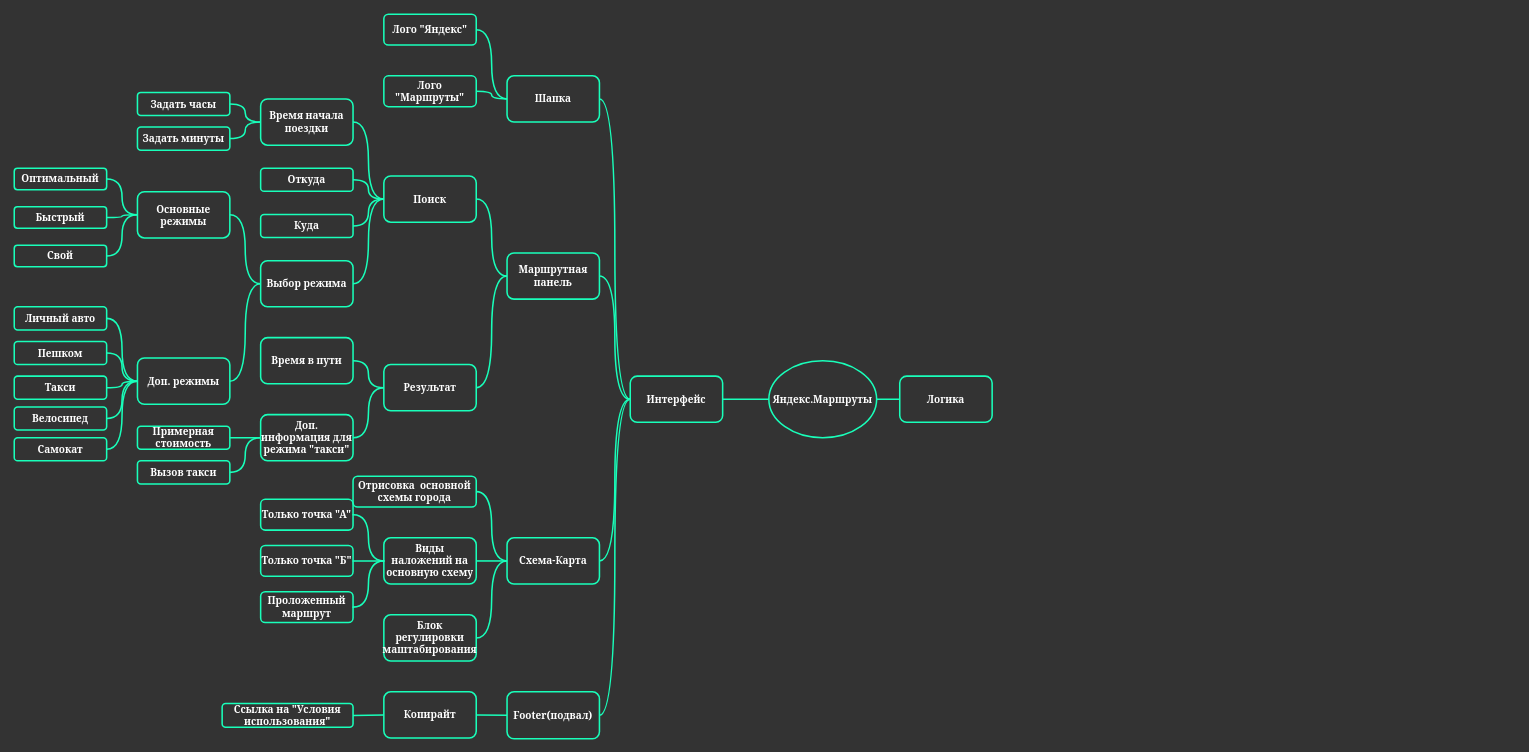
Before: Проект1.drawio in 70ru/test_first, a draw.io diagram. Source tidied: cells renumbered, new cells numbered last; positions are measured from the earlier drawing's top-left corner, leaving out a move shared by most shapes. Both pictures are drawn from the tidied source at 77%, with x=0, y=0 at pixel (14, 14).
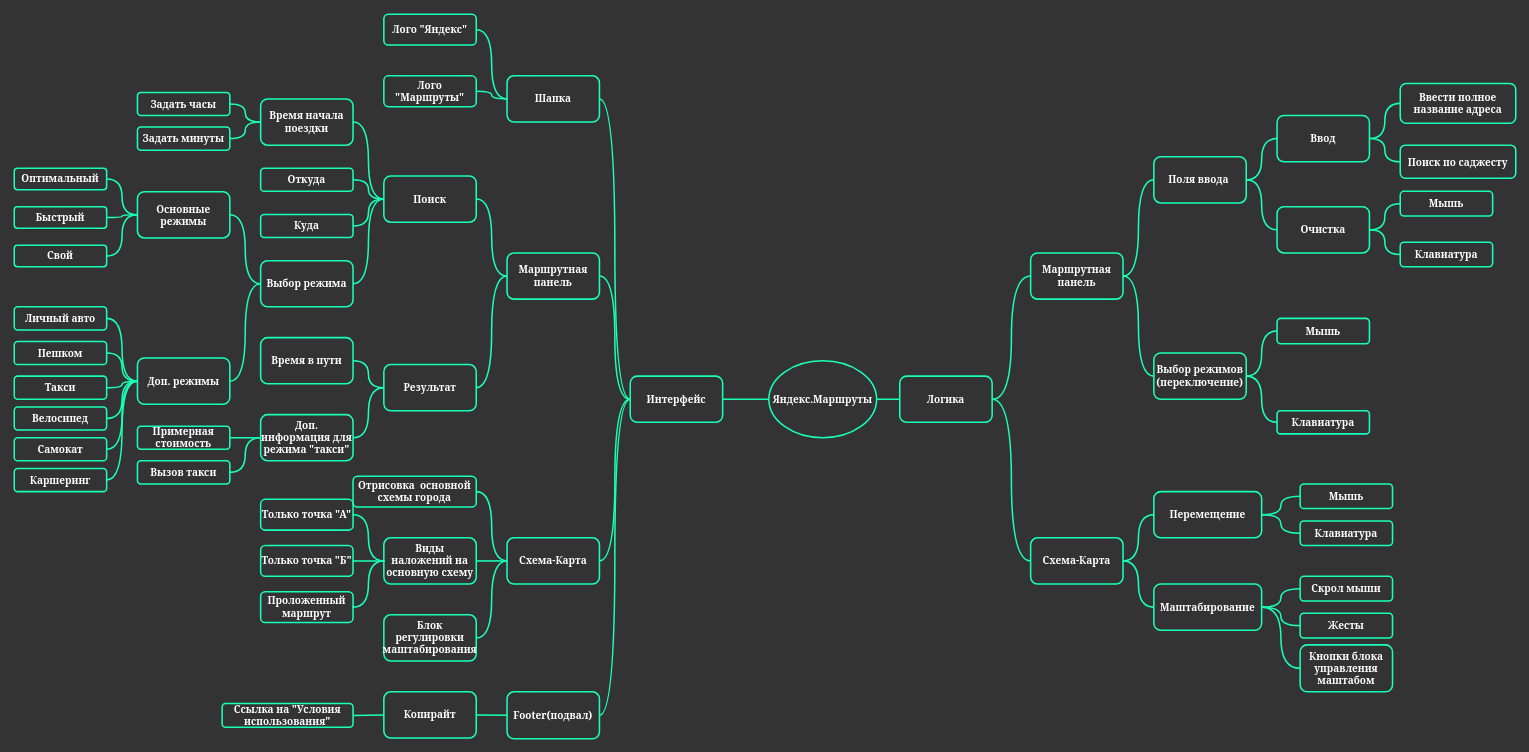
The same diagram, later.

The change refers to these unchanged cells:
```xml
<mxCell id="5" value="Логика" style="rounded=1;whiteSpace=wrap;html=1;strokeWidth=2;labelBackgroundColor=none;strokeColor=#19FFBA;fontColor=#FFFFFF;fillColor=none;fontStyle=1;fontFamily=Georgia;fontSize=13;" parent="1" vertex="1">
  <mxGeometry x="1150" y="470" width="120" height="60" as="geometry" />
</mxCell>
<mxCell id="49" value="Доп. режимы" style="rounded=1;whiteSpace=wrap;html=1;strokeWidth=2;labelBackgroundColor=none;strokeColor=#19FFBA;fontColor=#FFFFFF;fillColor=none;fontStyle=1;fontFamily=Georgia;fontSize=13;" parent="1" vertex="1">
  <mxGeometry x="160" y="446.5" width="120" height="60" as="geometry" />
</mxCell>
```

Diff of the diagram source:
```diff
@@
+    <mxCell id="79" style="edgeStyle=orthogonalEdgeStyle;curved=1;rounded=0;jettySize=auto;html=1;labelBackgroundColor=none;endArrow=none;endFill=0;strokeColor=#19FFBA;strokeWidth=2;fontFamily=Georgia;fontSize=13;fontColor=#FFFFFF;entryX=0;entryY=0.5;entryDx=0;entryDy=0;" parent="1" edge="1" source="5" target="82">
+      <mxGeometry relative="1" as="geometry" />
+    </mxCell>
+    <mxCell id="80" style="edgeStyle=orthogonalEdgeStyle;curved=1;rounded=0;jettySize=auto;html=1;labelBackgroundColor=none;endArrow=none;endFill=0;strokeColor=#19FFBA;strokeWidth=2;fontFamily=Georgia;fontSize=13;fontColor=#FFFFFF;entryX=0;entryY=0.5;entryDx=0;entryDy=0;" parent="1" edge="1" source="5" target="90">
+      <mxGeometry relative="1" as="geometry" />
+    </mxCell>
@@
+    <mxCell id="81" style="edgeStyle=orthogonalEdgeStyle;curved=1;rounded=0;jettySize=auto;html=1;labelBackgroundColor=none;endArrow=none;endFill=0;strokeColor=#19FFBA;strokeWidth=2;fontFamily=Georgia;fontSize=13;fontColor=#FFFFFF;entryX=0;entryY=0.5;entryDx=0;entryDy=0;" parent="1" edge="1" source="82" target="84">
+      <mxGeometry relative="1" as="geometry" />
+    </mxCell>
+    <mxCell id="82" value="Маршрутная панель" style="rounded=1;whiteSpace=wrap;html=1;strokeWidth=2;labelBackgroundColor=none;strokeColor=#19FFBA;fontColor=#FFFFFF;fillColor=none;fontStyle=1;fontFamily=Georgia;fontSize=13;" parent="1" vertex="1">
+      <mxGeometry x="1320" y="310" width="120" height="60" as="geometry" />
+    </mxCell>
+    <mxCell id="83" style="edgeStyle=orthogonalEdgeStyle;curved=1;rounded=0;jettySize=auto;html=1;labelBackgroundColor=none;endArrow=none;endFill=0;strokeColor=#19FFBA;strokeWidth=2;fontFamily=Georgia;fontSize=13;fontColor=#FFFFFF;entryX=0;entryY=0.5;entryDx=0;entryDy=0;" parent="1" edge="1" source="84" target="85">
+      <mxGeometry relative="1" as="geometry" />
+    </mxCell>
+    <mxCell id="84" value="Выбор режимов (переключение)" style="rounded=1;whiteSpace=wrap;html=1;strokeWidth=2;labelBackgroundColor=none;strokeColor=#19FFBA;fontColor=#FFFFFF;fillColor=none;fontStyle=1;fontFamily=Georgia;fontSize=13;" parent="1" vertex="1">
+      <mxGeometry x="1480" y="440" width="120" height="60" as="geometry" />
+    </mxCell>
+    <mxCell id="85" value="Мышь" style="rounded=1;whiteSpace=wrap;html=1;strokeWidth=2;labelBackgroundColor=none;strokeColor=#19FFBA;fontColor=#FFFFFF;fillColor=none;fontStyle=1;fontFamily=Georgia;fontSize=13;" parent="1" vertex="1">
+      <mxGeometry x="1640" y="395" width="120" height="33" as="geometry" />
+    </mxCell>
@@
+    <mxCell id="86" style="edgeStyle=orthogonalEdgeStyle;curved=1;rounded=0;jettySize=auto;html=1;labelBackgroundColor=none;endArrow=none;endFill=0;strokeColor=#19FFBA;strokeWidth=2;fontFamily=Georgia;fontSize=13;fontColor=#FFFFFF;entryX=0;entryY=0.5;entryDx=0;entryDy=0;" parent="1" edge="1" source="87" target="49">
+      <mxGeometry relative="1" as="geometry" />
+    </mxCell>
+    <mxCell id="87" value="Каршеринг" style="rounded=1;whiteSpace=wrap;html=1;strokeWidth=2;labelBackgroundColor=none;strokeColor=#19FFBA;fontColor=#FFFFFF;fillColor=none;fontStyle=1;fontFamily=Georgia;fontSize=13;" parent="1" vertex="1">
+      <mxGeometry y="590" width="120" height="30" as="geometry" />
+    </mxCell>
+    <mxCell id="88" style="edgeStyle=orthogonalEdgeStyle;curved=1;rounded=0;jettySize=auto;html=1;labelBackgroundColor=none;endArrow=none;endFill=0;strokeColor=#19FFBA;strokeWidth=2;fontFamily=Georgia;fontSize=13;fontColor=#FFFFFF;" parent="1" edge="1" source="90" target="92">
+      <mxGeometry relative="1" as="geometry" />
+    </mxCell>
+    <mxCell id="89" style="edgeStyle=orthogonalEdgeStyle;curved=1;rounded=0;jettySize=auto;html=1;labelBackgroundColor=none;endArrow=none;endFill=0;strokeColor=#19FFBA;strokeWidth=2;fontFamily=Georgia;fontSize=13;fontColor=#FFFFFF;" parent="1" edge="1" source="90" target="91">
+      <mxGeometry relative="1" as="geometry" />
+    </mxCell>
+    <mxCell id="90" value="Схема-Карта" style="rounded=1;whiteSpace=wrap;html=1;strokeWidth=2;labelBackgroundColor=none;strokeColor=#19FFBA;fontColor=#FFFFFF;fillColor=none;fontStyle=1;fontFamily=Georgia;fontSize=13;" parent="1" vertex="1">
+      <mxGeometry x="1320" y="680" width="120" height="60" as="geometry" />
+    </mxCell>
+    <mxCell id="91" value="Маштабирование" style="rounded=1;whiteSpace=wrap;html=1;strokeWidth=2;labelBackgroundColor=none;strokeColor=#19FFBA;fontColor=#FFFFFF;fillColor=none;fontStyle=1;fontFamily=Georgia;fontSize=13;" parent="1" vertex="1">
+      <mxGeometry x="1480" y="740" width="140" height="60" as="geometry" />
+    </mxCell>
+    <mxCell id="92" value="Перемещение" style="rounded=1;whiteSpace=wrap;html=1;strokeWidth=2;labelBackgroundColor=none;strokeColor=#19FFBA;fontColor=#FFFFFF;fillColor=none;fontStyle=1;fontFamily=Georgia;fontSize=13;" parent="1" vertex="1">
+      <mxGeometry x="1480" y="620" width="140" height="60" as="geometry" />
+    </mxCell>
+    <mxCell id="93" style="edgeStyle=orthogonalEdgeStyle;curved=1;rounded=0;jettySize=auto;html=1;labelBackgroundColor=none;endArrow=none;endFill=0;strokeColor=#19FFBA;strokeWidth=2;fontFamily=Georgia;fontSize=13;fontColor=#FFFFFF;entryX=1;entryY=0.5;entryDx=0;entryDy=0;" parent="1" edge="1" source="95" target="82">
+      <mxGeometry relative="1" as="geometry" />
+    </mxCell>
+    <mxCell id="94" style="edgeStyle=orthogonalEdgeStyle;curved=1;rounded=0;jettySize=auto;html=1;labelBackgroundColor=none;endArrow=none;endFill=0;strokeColor=#19FFBA;strokeWidth=2;fontFamily=Georgia;fontSize=13;fontColor=#FFFFFF;" parent="1" edge="1" source="95" target="97">
+      <mxGeometry relative="1" as="geometry" />
+    </mxCell>
+    <mxCell id="95" value="Поля ввода&amp;nbsp;" style="rounded=1;whiteSpace=wrap;html=1;strokeWidth=2;labelBackgroundColor=none;strokeColor=#19FFBA;fontColor=#FFFFFF;fillColor=none;fontStyle=1;fontFamily=Georgia;fontSize=13;" parent="1" vertex="1">
+      <mxGeometry x="1480" y="185" width="120" height="60" as="geometry" />
+    </mxCell>
+    <mxCell id="96" style="edgeStyle=orthogonalEdgeStyle;curved=1;rounded=0;jettySize=auto;html=1;labelBackgroundColor=none;endArrow=none;endFill=0;strokeColor=#19FFBA;strokeWidth=2;fontFamily=Georgia;fontSize=13;fontColor=#FFFFFF;entryX=0;entryY=0.5;entryDx=0;entryDy=0;" parent="1" edge="1" source="97" target="98">
+      <mxGeometry relative="1" as="geometry" />
+    </mxCell>
+    <mxCell id="97" value="Ввод" style="rounded=1;whiteSpace=wrap;html=1;strokeWidth=2;labelBackgroundColor=none;strokeColor=#19FFBA;fontColor=#FFFFFF;fillColor=none;fontStyle=1;fontFamily=Georgia;fontSize=13;" parent="1" vertex="1">
+      <mxGeometry x="1640" y="131.5" width="120" height="60" as="geometry" />
+    </mxCell>
+    <mxCell id="98" value="Ввести полное название адреса" style="rounded=1;whiteSpace=wrap;html=1;strokeWidth=2;labelBackgroundColor=none;strokeColor=#19FFBA;fontColor=#FFFFFF;fillColor=none;fontStyle=1;fontFamily=Georgia;fontSize=13;" parent="1" vertex="1">
+      <mxGeometry x="1800" y="90" width="150" height="51.5" as="geometry" />
+    </mxCell>
+    <mxCell id="99" style="edgeStyle=orthogonalEdgeStyle;curved=1;rounded=0;jettySize=auto;html=1;labelBackgroundColor=none;endArrow=none;endFill=0;strokeColor=#19FFBA;strokeWidth=2;fontFamily=Georgia;fontSize=13;fontColor=#FFFFFF;entryX=1;entryY=0.5;entryDx=0;entryDy=0;" parent="1" edge="1" source="100" target="84">
+      <mxGeometry relative="1" as="geometry" />
+    </mxCell>
+    <mxCell id="100" value="Клавиатура" style="rounded=1;whiteSpace=wrap;html=1;strokeWidth=2;labelBackgroundColor=none;strokeColor=#19FFBA;fontColor=#FFFFFF;fillColor=none;fontStyle=1;fontFamily=Georgia;fontSize=13;" parent="1" vertex="1">
+      <mxGeometry x="1640" y="515" width="120" height="30" as="geometry" />
+    </mxCell>
+    <mxCell id="101" style="edgeStyle=orthogonalEdgeStyle;curved=1;rounded=0;jettySize=auto;html=1;labelBackgroundColor=none;endArrow=none;endFill=0;strokeColor=#19FFBA;strokeWidth=2;fontFamily=Georgia;fontSize=13;fontColor=#FFFFFF;entryX=1;entryY=0.5;entryDx=0;entryDy=0;" parent="1" edge="1" source="103" target="95">
+      <mxGeometry relative="1" as="geometry" />
+    </mxCell>
+    <mxCell id="102" style="edgeStyle=orthogonalEdgeStyle;curved=1;rounded=0;jettySize=auto;html=1;labelBackgroundColor=none;endArrow=none;endFill=0;strokeColor=#19FFBA;strokeWidth=2;fontFamily=Georgia;fontSize=13;fontColor=#FFFFFF;" parent="1" edge="1" source="103" target="104">
+      <mxGeometry relative="1" as="geometry" />
+    </mxCell>
+    <mxCell id="103" value="Очистка" style="rounded=1;whiteSpace=wrap;html=1;strokeWidth=2;labelBackgroundColor=none;strokeColor=#19FFBA;fontColor=#FFFFFF;fillColor=none;fontStyle=1;fontFamily=Georgia;fontSize=13;" parent="1" vertex="1">
+      <mxGeometry x="1640" y="250" width="120" height="60" as="geometry" />
+    </mxCell>
+    <mxCell id="104" value="Мышь" style="rounded=1;whiteSpace=wrap;html=1;strokeWidth=2;labelBackgroundColor=none;strokeColor=#19FFBA;fontColor=#FFFFFF;fillColor=none;fontStyle=1;fontFamily=Georgia;fontSize=13;" parent="1" vertex="1">
+      <mxGeometry x="1800" y="230" width="120" height="32" as="geometry" />
+    </mxCell>
+    <mxCell id="105" style="edgeStyle=orthogonalEdgeStyle;curved=1;rounded=0;jettySize=auto;html=1;labelBackgroundColor=none;endArrow=none;endFill=0;strokeColor=#19FFBA;strokeWidth=2;fontFamily=Georgia;fontSize=13;fontColor=#FFFFFF;entryX=1;entryY=0.5;entryDx=0;entryDy=0;" parent="1" edge="1" source="106" target="97">
+      <mxGeometry relative="1" as="geometry" />
+    </mxCell>
+    <mxCell id="106" value="Поиск по саджесту" style="rounded=1;whiteSpace=wrap;html=1;strokeWidth=2;labelBackgroundColor=none;strokeColor=#19FFBA;fontColor=#FFFFFF;fillColor=none;fontStyle=1;fontFamily=Georgia;fontSize=13;" parent="1" vertex="1">
+      <mxGeometry x="1800" y="170" width="150" height="43" as="geometry" />
+    </mxCell>
+    <mxCell id="107" style="edgeStyle=orthogonalEdgeStyle;curved=1;rounded=0;jettySize=auto;html=1;labelBackgroundColor=none;endArrow=none;endFill=0;strokeColor=#19FFBA;strokeWidth=2;fontFamily=Georgia;fontSize=13;fontColor=#FFFFFF;entryX=1;entryY=0.5;entryDx=0;entryDy=0;" parent="1" edge="1" source="108" target="103">
+      <mxGeometry relative="1" as="geometry" />
+    </mxCell>
+    <mxCell id="108" value="Клавиатура" style="rounded=1;whiteSpace=wrap;html=1;strokeWidth=2;labelBackgroundColor=none;strokeColor=#19FFBA;fontColor=#FFFFFF;fillColor=none;fontStyle=1;fontFamily=Georgia;fontSize=13;" parent="1" vertex="1">
+      <mxGeometry x="1800" y="296" width="120" height="32" as="geometry" />
+    </mxCell>
+    <mxCell id="109" style="edgeStyle=orthogonalEdgeStyle;curved=1;rounded=0;jettySize=auto;html=1;labelBackgroundColor=none;endArrow=none;endFill=0;strokeColor=#19FFBA;strokeWidth=2;fontFamily=Georgia;fontSize=13;fontColor=#FFFFFF;" parent="1" edge="1" source="110" target="92">
+      <mxGeometry relative="1" as="geometry" />
+    </mxCell>
+    <mxCell id="110" value="Мышь" style="rounded=1;whiteSpace=wrap;html=1;strokeWidth=2;labelBackgroundColor=none;strokeColor=#19FFBA;fontColor=#FFFFFF;fillColor=none;fontStyle=1;fontFamily=Georgia;fontSize=13;" parent="1" vertex="1">
+      <mxGeometry x="1670" y="610" width="120" height="32" as="geometry" />
+    </mxCell>
+    <mxCell id="111" style="edgeStyle=orthogonalEdgeStyle;curved=1;rounded=0;jettySize=auto;html=1;labelBackgroundColor=none;endArrow=none;endFill=0;strokeColor=#19FFBA;strokeWidth=2;fontFamily=Georgia;fontSize=13;fontColor=#FFFFFF;entryX=1;entryY=0.5;entryDx=0;entryDy=0;" parent="1" edge="1" source="112" target="92">
+      <mxGeometry relative="1" as="geometry" />
+    </mxCell>
+    <mxCell id="112" value="Клавиатура" style="rounded=1;whiteSpace=wrap;html=1;strokeWidth=2;labelBackgroundColor=none;strokeColor=#19FFBA;fontColor=#FFFFFF;fillColor=none;fontStyle=1;fontFamily=Georgia;fontSize=13;" parent="1" vertex="1">
+      <mxGeometry x="1670" y="658" width="120" height="32" as="geometry" />
+    </mxCell>
+    <mxCell id="113" style="edgeStyle=orthogonalEdgeStyle;curved=1;rounded=0;jettySize=auto;html=1;labelBackgroundColor=none;endArrow=none;endFill=0;strokeColor=#19FFBA;strokeWidth=2;fontFamily=Georgia;fontSize=13;fontColor=#FFFFFF;" parent="1" edge="1" source="114" target="91">
+      <mxGeometry relative="1" as="geometry" />
+    </mxCell>
+    <mxCell id="114" value="Скрол мыши" style="rounded=1;whiteSpace=wrap;html=1;strokeWidth=2;labelBackgroundColor=none;strokeColor=#19FFBA;fontColor=#FFFFFF;fillColor=none;fontStyle=1;fontFamily=Georgia;fontSize=13;" parent="1" vertex="1">
+      <mxGeometry x="1670" y="730" width="120" height="32" as="geometry" />
+    </mxCell>
+    <mxCell id="115" style="edgeStyle=orthogonalEdgeStyle;curved=1;rounded=0;jettySize=auto;html=1;labelBackgroundColor=none;endArrow=none;endFill=0;strokeColor=#19FFBA;strokeWidth=2;fontFamily=Georgia;fontSize=13;fontColor=#FFFFFF;exitX=0;exitY=0.5;exitDx=0;exitDy=0;entryX=1;entryY=0.5;entryDx=0;entryDy=0;" parent="1" edge="1" source="118" target="91">
+      <mxGeometry relative="1" as="geometry" />
+    </mxCell>
+    <mxCell id="116" style="edgeStyle=orthogonalEdgeStyle;curved=1;rounded=0;jettySize=auto;html=1;labelBackgroundColor=none;endArrow=none;endFill=0;strokeColor=#19FFBA;strokeWidth=2;fontFamily=Georgia;fontSize=13;fontColor=#FFFFFF;" parent="1" edge="1" source="117" target="91">
+      <mxGeometry relative="1" as="geometry" />
+    </mxCell>
+    <mxCell id="117" value="Жесты" style="rounded=1;whiteSpace=wrap;html=1;strokeWidth=2;labelBackgroundColor=none;strokeColor=#19FFBA;fontColor=#FFFFFF;fillColor=none;fontStyle=1;fontFamily=Georgia;fontSize=13;" parent="1" vertex="1">
+      <mxGeometry x="1670" y="778" width="120" height="32" as="geometry" />
+    </mxCell>
+    <mxCell id="118" value="Кнопки блока управления маштабом" style="rounded=1;whiteSpace=wrap;html=1;strokeWidth=2;labelBackgroundColor=none;strokeColor=#19FFBA;fontColor=#FFFFFF;fillColor=none;fontStyle=1;fontFamily=Georgia;fontSize=13;" parent="1" vertex="1">
+      <mxGeometry x="1670" y="819" width="120" height="61" as="geometry" />
+    </mxCell>
```
